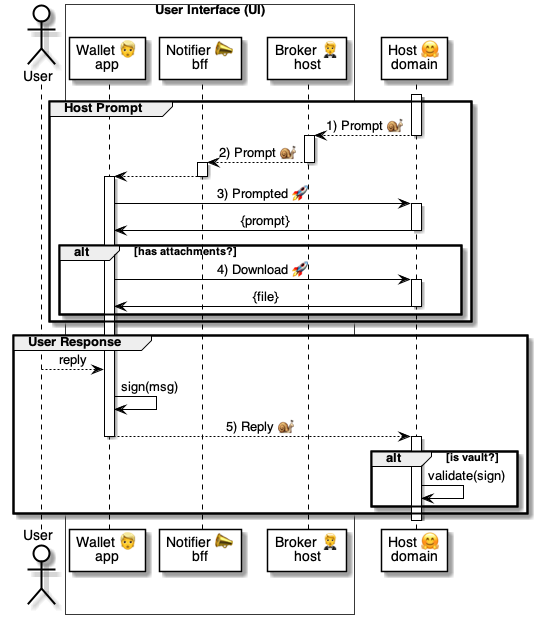
The PlantUML diagram 4 ⚙️ Solution/41 🎭 Domain Roles/Hosts 🤗/🤗⏩ Host flows/Prompt 🤗⏩🤔/⚙️💬 Prompt.png in pollyweb-org/pollyweb-docs, before a commit. Its source is kept beside it as 4 ⚙️ Solution/41 🎭 Domain Roles/Hosts 🤗/🤗⏩ Host flows/Prompt 🤗⏩🤔/⚙️💬 Prompt.puml.
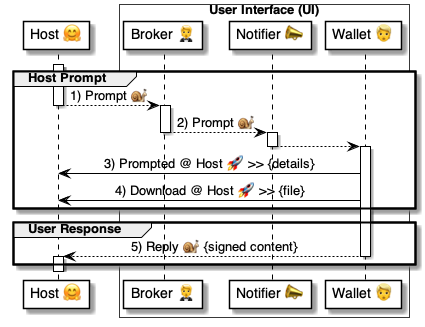
After the commit.

What changed in the source:
```diff
@@ -1,14 +1,11 @@
 @startuml Prompt
 
-actor "User" as user
-
+participant "Host 🤗" as host
 box "User Interface (UI)"  #FFFFFF
-    participant "Wallet 👱\napp" as wallet
-    participant "Notifier 📣\nbff" as notifier
-    participant "Broker 🤵\nhost" as broker
+    participant "Broker 🤵" as broker
+    participant "Notifier 📣" as notifier
+    participant "Wallet 👱" as wallet
 end box
-
-participant "Host 🤗\ndomain" as host
 
 
 activate host
@@ -28,34 +25,20 @@
 
     activate wallet
 
-        wallet -> host: 3) Prompted 🚀
-        activate host
-            host -> wallet: {prompt}
-        deactivate host
-
-        alt has attachments?
-            wallet -> host:  4) Download 🚀
-            activate host
-                host -> wallet: {file}
-            deactivate host
-        end alt
+        wallet -> host: 3) Prompted @ Host 🚀 >> {details}
+        wallet -> host:  4) Download @ Host 🚀 >> {file}
 
 end group
 
 
 group User Response
 
-    user --> wallet: reply
 
-    wallet -> wallet: sign(msg)
-    wallet --> host: 5) Reply 🐌
+    wallet --> host: 5) Reply 🐌 {signed content}
     deactivate wallet
 
     activate host
 
-        alt is vault?
-            host -> host: validate(sign)
-        end alt
 
 end group
 
```
